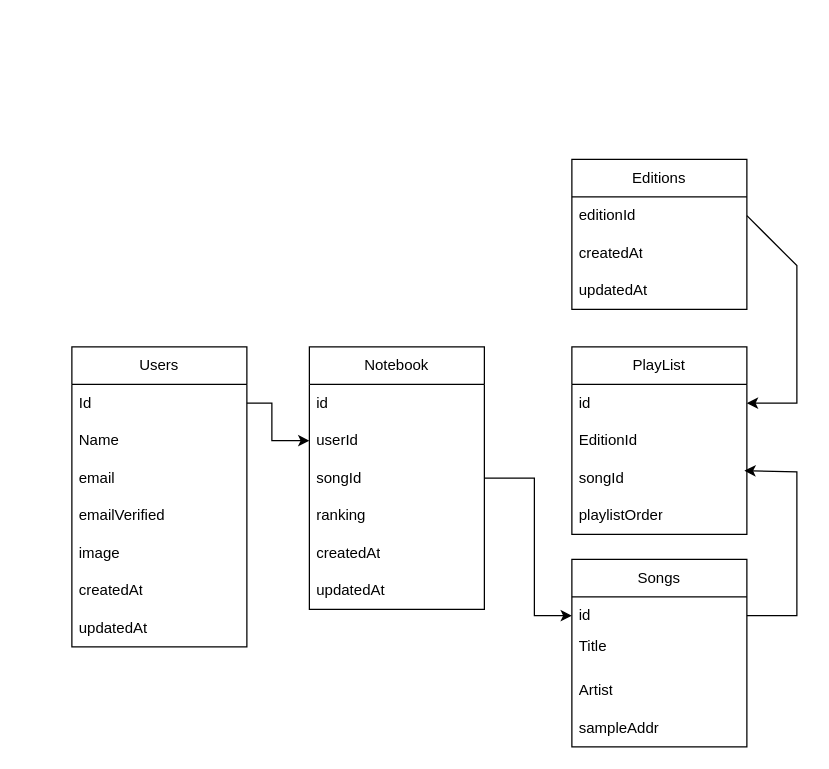
Before: livemixnotebook.drawio in otorquati/livemixnotebook, a draw.io diagram. Source tidied: cells renumbered, new cells numbered last; positions are measured from the earlier drawing's top-left corner, leaving out a move shared by most shapes. Both pictures are drawn from the tidied source at 125%, with x=0, y=0 at pixel (71, 159).
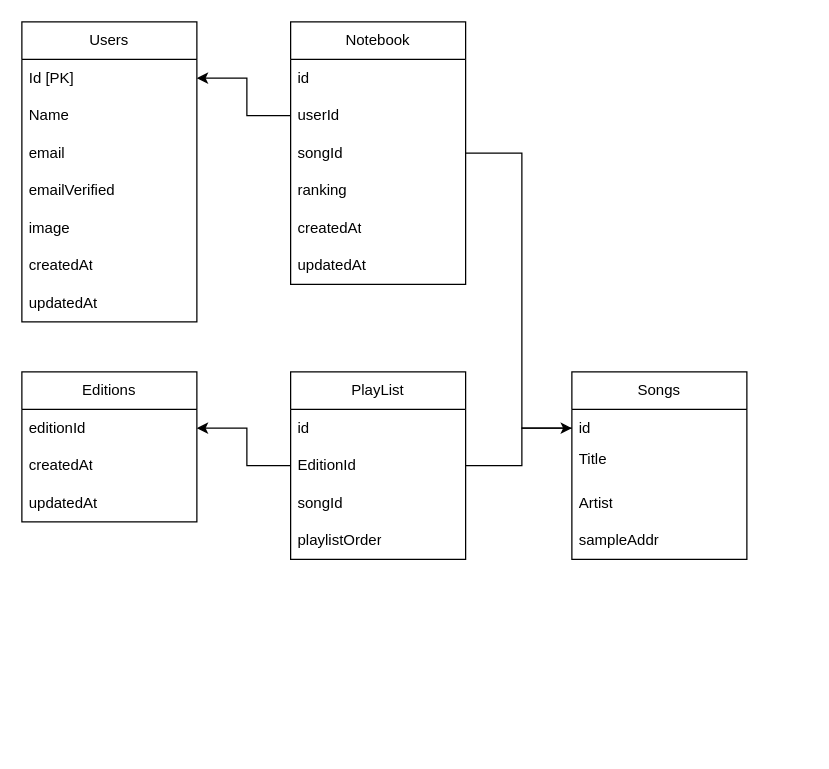
Above is the later version.

Commit message:
fix: revalidate the relation between users and others db

The change refers to these unchanged cells:
```xml
<mxCell id="11" value="editionId" style="text;strokeColor=none;fillColor=none;align=left;verticalAlign=middle;spacingLeft=4;spacingRight=4;overflow=hidden;points=[[0,0.5],[1,0.5]];portConstraint=eastwest;whiteSpace=wrap;html=1;" parent="10" vertex="1">
  <mxGeometry y="30" width="140" height="30" as="geometry" />
</mxCell>
<mxCell id="16" value="userId" style="text;strokeColor=none;fillColor=none;align=left;verticalAlign=middle;spacingLeft=4;spacingRight=4;overflow=hidden;points=[[0,0.5],[1,0.5]];portConstraint=eastwest;whiteSpace=wrap;html=1;" parent="14" vertex="1">
  <mxGeometry y="60" width="140" height="30" as="geometry" />
</mxCell>
<mxCell id="17" value="songId" style="text;strokeColor=none;fillColor=none;align=left;verticalAlign=middle;spacingLeft=4;spacingRight=4;overflow=hidden;points=[[0,0.5],[1,0.5]];portConstraint=eastwest;whiteSpace=wrap;html=1;" parent="14" vertex="1">
  <mxGeometry y="90" width="140" height="30" as="geometry" />
</mxCell>
<mxCell id="22" value="id" style="text;strokeColor=none;fillColor=none;align=left;verticalAlign=middle;spacingLeft=4;spacingRight=4;overflow=hidden;points=[[0,0.5],[1,0.5]];portConstraint=eastwest;whiteSpace=wrap;html=1;" parent="21" vertex="1">
  <mxGeometry y="30" width="140" height="30" as="geometry" />
</mxCell>
<mxCell id="27" value="id" style="text;strokeColor=none;fillColor=none;align=left;verticalAlign=middle;spacingLeft=4;spacingRight=4;overflow=hidden;points=[[0,0.5],[1,0.5]];portConstraint=eastwest;whiteSpace=wrap;html=1;" parent="26" vertex="1">
  <mxGeometry y="30" width="140" height="30" as="geometry" />
</mxCell>
<mxCell id="28" value="EditionId" style="text;strokeColor=none;fillColor=none;align=left;verticalAlign=middle;spacingLeft=4;spacingRight=4;overflow=hidden;points=[[0,0.5],[1,0.5]];portConstraint=eastwest;whiteSpace=wrap;html=1;" parent="26" vertex="1">
  <mxGeometry y="60" width="140" height="30" as="geometry" />
</mxCell>
<mxCell id="29" value="songId" style="text;strokeColor=none;fillColor=none;align=left;verticalAlign=middle;spacingLeft=4;spacingRight=4;overflow=hidden;points=[[0,0.5],[1,0.5]];portConstraint=eastwest;whiteSpace=wrap;html=1;" parent="26" vertex="1">
  <mxGeometry y="90" width="140" height="30" as="geometry" />
</mxCell>
```

What changed in the source:
```diff
@@
     <mxCell id="2" value="Users" style="swimlane;fontStyle=0;horizontal=1;startSize=30;whiteSpace=wrap;html=1;" parent="1" vertex="1">
-      <mxGeometry y="150" width="140" height="240" as="geometry" />
+      <mxGeometry x="-40" y="-110" width="140" height="240" as="geometry" />
     </mxCell>
-    <mxCell id="3" value="Id" style="text;strokeColor=none;fillColor=none;align=left;verticalAlign=middle;spacingLeft=4;spacingRight=4;overflow=hidden;points=[[0,0.5],[1,0.5]];portConstraint=eastwest;whiteSpace=wrap;html=1;" parent="2" vertex="1">
+    <mxCell id="3" value="Id [PK]" style="text;strokeColor=none;fillColor=none;align=left;verticalAlign=middle;spacingLeft=4;spacingRight=4;overflow=hidden;points=[[0,0.5],[1,0.5]];portConstraint=eastwest;whiteSpace=wrap;html=1;" parent="2" vertex="1">
       <mxGeometry y="30" width="140" height="30" as="geometry" />
     </mxCell>
@@
     <mxCell id="10" value="Editi&lt;span style=&quot;background-color: transparent; color: light-dark(rgb(0, 0, 0), rgb(255, 255, 255));&quot;&gt;ons&lt;/span&gt;" style="swimlane;fontStyle=0;horizontal=1;startSize=30;whiteSpace=wrap;html=1;" parent="1" vertex="1">
-      <mxGeometry x="400" width="140" height="120" as="geometry" />
+      <mxGeometry x="-40" y="170" width="140" height="120" as="geometry" />
     </mxCell>
@@
     <mxCell id="14" value="Notebook" style="swimlane;fontStyle=0;horizontal=1;startSize=30;whiteSpace=wrap;html=1;" parent="1" vertex="1">
-      <mxGeometry x="190" y="150" width="140" height="210" as="geometry" />
+      <mxGeometry x="175" y="-110" width="140" height="210" as="geometry" />
     </mxCell>
@@
     <mxCell id="21" value="Songs" style="swimlane;fontStyle=0;horizontal=1;startSize=30;whiteSpace=wrap;html=1;" parent="1" vertex="1">
-      <mxGeometry x="400" y="320" width="140" height="150" as="geometry" />
+      <mxGeometry x="400" y="170" width="140" height="150" as="geometry" />
     </mxCell>
@@
     <mxCell id="26" value="PlayList" style="swimlane;fontStyle=0;horizontal=1;startSize=30;whiteSpace=wrap;html=1;" parent="1" vertex="1">
-      <mxGeometry x="400" y="150" width="140" height="150" as="geometry" />
+      <mxGeometry x="175" y="170" width="140" height="150" as="geometry" />
     </mxCell>
@@
+    <mxCell id="35" style="endArrow=classic;html=1;rounded=0;exitX=0;exitY=0.5;exitDx=0;exitDy=0;entryX=1;entryY=0.5;entryDx=0;entryDy=0;" parent="1" edge="1" source="28" target="11">
+      <mxGeometry relative="1" as="geometry">
+        <Array as="points">
+          <mxPoint x="140" y="245" />
+          <mxPoint x="140" y="215" />
+        </Array>
+      </mxGeometry>
+    </mxCell>
+    <mxCell id="36" style="endArrow=classic;html=1;rounded=0;entryX=1;entryY=0.5;entryDx=0;entryDy=0;exitX=0;exitY=0.5;exitDx=0;exitDy=0;" parent="1" edge="1" source="16" target="3">
+      <mxGeometry relative="1" as="geometry">
+        <Array as="points">
+          <mxPoint x="140" y="-35" />
+          <mxPoint x="140" y="-65" />
+        </Array>
+      </mxGeometry>
+    </mxCell>
-    <mxCell id="31" style="endArrow=classic;html=1;rounded=0;exitX=1;exitY=0.5;exitDx=0;exitDy=0;entryX=0;entryY=0.5;entryDx=0;entryDy=0;" parent="1" edge="1" source="17" target="22">
+    <mxCell id="31" style="endArrow=classic;html=1;rounded=0;entryX=0;entryY=0.5;entryDx=0;entryDy=0;exitX=1;exitY=0.5;exitDx=0;exitDy=0;" parent="1" edge="1" source="17" target="22">
       <mxGeometry relative="1" as="geometry">
         <Array as="points">
-          <mxPoint x="370" y="255" />
-          <mxPoint x="370" y="365" />
+          <mxPoint x="360" y="-5" />
+          <mxPoint x="360" y="215" />
         </Array>
       </mxGeometry>
     </mxCell>
-    <mxCell id="32" style="endArrow=classic;html=1;rounded=0;exitX=1;exitY=0.5;exitDx=0;exitDy=0;entryX=0.986;entryY=0.3;entryDx=0;entryDy=0;entryPerimeter=0;" parent="1" edge="1" source="22" target="29">
-      <mxGeometry relative="1" as="geometry">
-        <Array as="points">
-          <mxPoint x="580" y="365" />
-          <mxPoint x="580" y="250" />
-        </Array>
-      </mxGeometry>
-    </mxCell>
-    <mxCell id="33" style="endArrow=classic;html=1;rounded=0;exitX=1;exitY=0.5;exitDx=0;exitDy=0;entryX=0;entryY=0.5;entryDx=0;entryDy=0;" parent="1" edge="1" source="3" target="16">
-      <mxGeometry relative="1" as="geometry">
-        <Array as="points">
-          <mxPoint x="160" y="195" />
-          <mxPoint x="160" y="225" />
-        </Array>
-      </mxGeometry>
-    </mxCell>
-    <mxCell id="34" style="endArrow=classic;html=1;rounded=0;exitX=1;exitY=0.5;exitDx=0;exitDy=0;entryX=1;entryY=0.5;entryDx=0;entryDy=0;" parent="1" edge="1" source="11" target="27">
-      <mxGeometry relative="1" as="geometry">
-        <Array as="points">
-          <mxPoint x="580" y="85" />
-          <mxPoint x="580" y="140" />
-          <mxPoint x="580" y="195" />
-        </Array>
-      </mxGeometry>
-    </mxCell>
+    <mxCell id="37" style="endArrow=none;html=1;rounded=0;entryX=0;entryY=0.5;entryDx=0;entryDy=0;exitX=1;exitY=0.5;exitDx=0;exitDy=0;" parent="1" edge="1" source="28" target="22">
+      <mxGeometry relative="1" as="geometry">
+        <Array as="points">
+          <mxPoint x="360" y="245" />
+          <mxPoint x="360" y="215" />
+        </Array>
+      </mxGeometry>
+    </mxCell>
```
